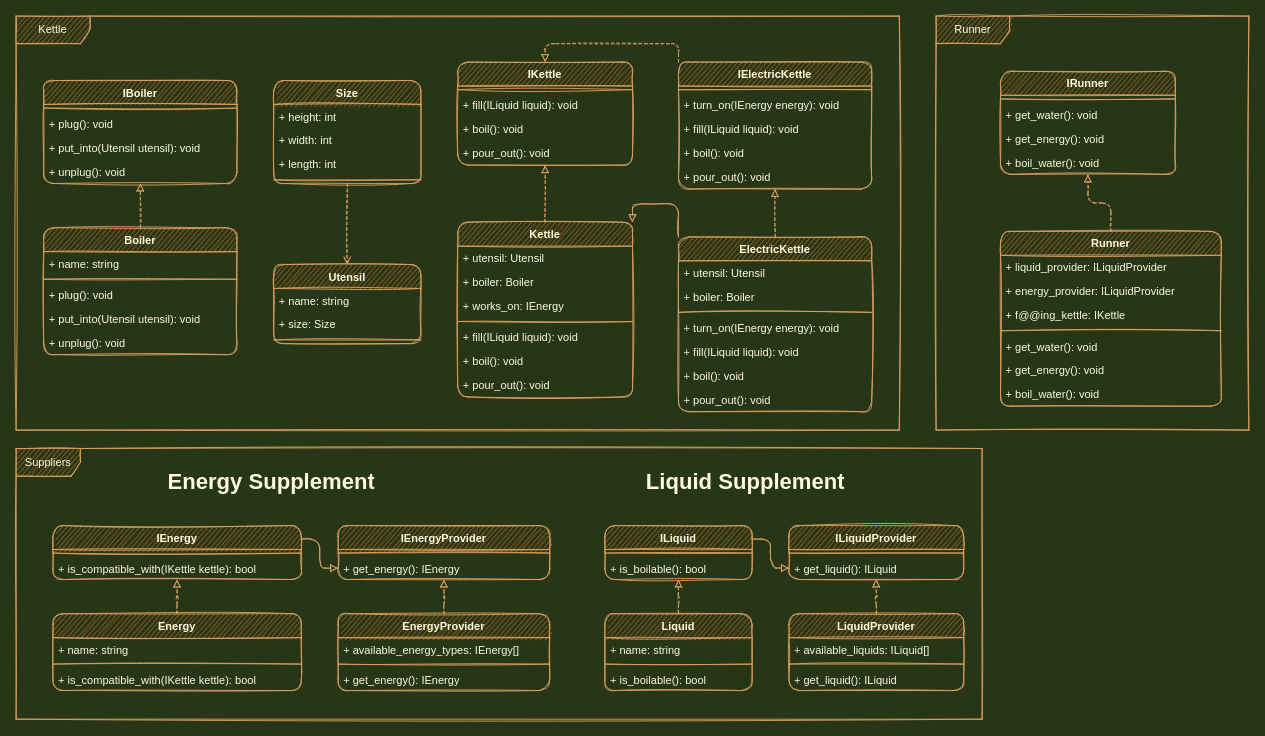
Earlier version of the draw.io diagram Kettle.drawio (xmichael446/Diagrams). Source tidied: cells renumbered, new cells numbered last; positions are measured from the earlier drawing's top-left corner, leaving out a move shared by most shapes. Both pictures are drawn from the tidied source at 92%, with x=0, y=0 at pixel (16, 16).
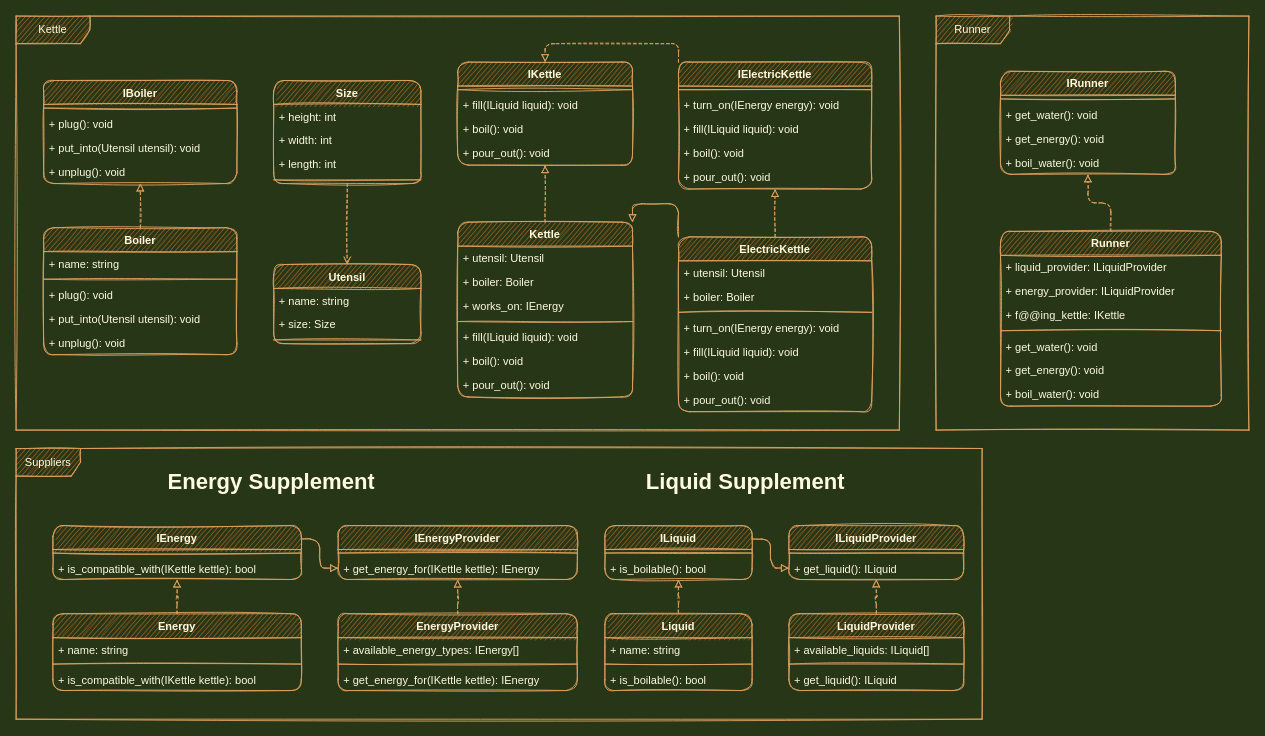
The same page after the edit.

The edit, as a diff of the source:
```diff
@@
     <mxCell id="77" value="IEnergyProvider" style="swimlane;fontStyle=1;align=center;verticalAlign=top;horizontal=1;startSize=26;fillColor=#BC6C25;strokeColor=#DDA15E;fontColor=#FEFAE0;sketch=1;rounded=1;" parent="1" vertex="1">
-      <mxGeometry x="350" y="553.8" width="230" height="58.6" as="geometry" />
+      <mxGeometry x="350" y="553.8" width="260" height="58.6" as="geometry" />
     </mxCell>
     <mxCell id="78" style="line;strokeWidth=1;fillColor=none;align=left;verticalAlign=middle;spacingTop=-1;spacingLeft=3;spacingRight=3;labelPosition=right;strokeColor=#DDA15E;fontColor=#FEFAE0;labelBackgroundColor=#283618;sketch=1;rounded=1;" parent="77" vertex="1">
-      <mxGeometry y="26" width="230" height="7.7" as="geometry" />
+      <mxGeometry y="26" width="260" height="7.7" as="geometry" />
     </mxCell>
-    <mxCell id="79" value="+ get_energy(): IEnergy" style="text;strokeColor=none;fillColor=none;align=left;verticalAlign=top;spacingLeft=4;spacingRight=4;overflow=hidden;points=[[0,0.5],[1,0.5]];portConstraint=eastwest;fontColor=#FEFAE0;sketch=1;rounded=1;" parent="77" vertex="1">
-      <mxGeometry y="33.7" width="230" height="24.9" as="geometry" />
+    <mxCell id="79" value="+ get_energy_for(IKettle kettle): IEnergy" style="text;strokeColor=none;fillColor=none;align=left;verticalAlign=top;spacingLeft=4;spacingRight=4;overflow=hidden;points=[[0,0.5],[1,0.5]];portConstraint=eastwest;fontColor=#FEFAE0;sketch=1;rounded=1;" parent="77" vertex="1">
+      <mxGeometry y="33.7" width="260" height="24.9" as="geometry" />
     </mxCell>
@@
     <mxCell id="86" value="EnergyProvider" style="swimlane;fontStyle=1;align=center;verticalAlign=top;horizontal=1;startSize=26;fillColor=#BC6C25;strokeColor=#DDA15E;fontColor=#FEFAE0;sketch=1;rounded=1;" parent="1" vertex="1">
-      <mxGeometry x="350" y="649.6" width="230" height="83.5" as="geometry" />
+      <mxGeometry x="350" y="649.6" width="260" height="83.5" as="geometry" />
     </mxCell>
     <mxCell id="87" value="+ available_energy_types: IEnergy[]" style="text;strokeColor=none;fillColor=none;align=left;verticalAlign=top;spacingLeft=4;spacingRight=4;overflow=hidden;fontColor=#FEFAE0;sketch=1;rounded=1;" parent="86" vertex="1">
-      <mxGeometry y="26" width="230" height="24.9" as="geometry" />
+      <mxGeometry y="26" width="260" height="24.9" as="geometry" />
     </mxCell>
     <mxCell id="88" style="line;strokeWidth=1;fillColor=none;align=left;verticalAlign=middle;spacingTop=-1;spacingLeft=3;spacingRight=3;labelPosition=right;strokeColor=#DDA15E;fontColor=#FEFAE0;labelBackgroundColor=#283618;sketch=1;rounded=1;" parent="86" vertex="1">
-      <mxGeometry y="50.9" width="230" height="7.7" as="geometry" />
+      <mxGeometry y="50.9" width="260" height="7.7" as="geometry" />
     </mxCell>
-    <mxCell id="89" value="+ get_energy(): IEnergy" style="text;strokeColor=none;fillColor=none;align=left;verticalAlign=top;spacingLeft=4;spacingRight=4;overflow=hidden;fontColor=#FEFAE0;sketch=1;rounded=1;" parent="86" vertex="1">
-      <mxGeometry y="58.6" width="230" height="24.9" as="geometry" />
+    <mxCell id="89" value="+ get_energy_for(IKettle kettle): IEnergy" style="text;strokeColor=none;fillColor=none;align=left;verticalAlign=top;spacingLeft=4;spacingRight=4;overflow=hidden;fontColor=#FEFAE0;sketch=1;rounded=1;" parent="86" vertex="1">
+      <mxGeometry y="58.6" width="260" height="24.9" as="geometry" />
     </mxCell>
```
